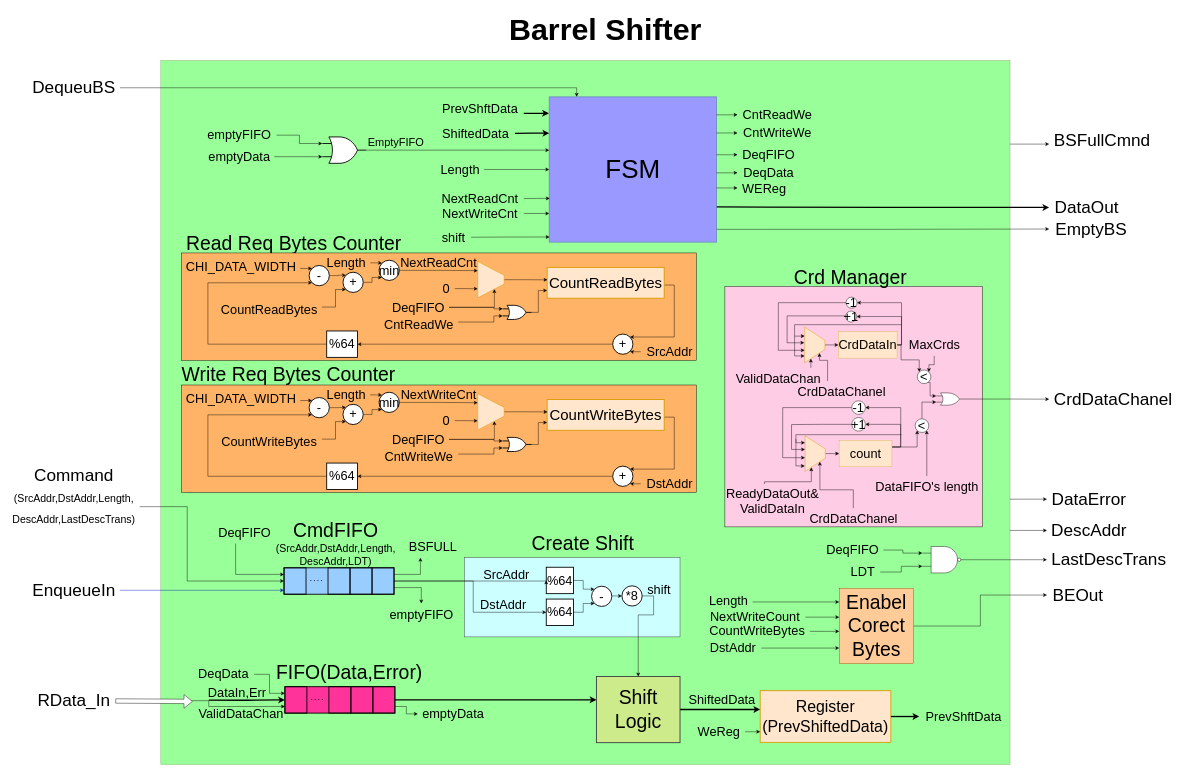
akourkoulos/Chi-DMA keeps this draw.io diagram as page "BarrelShifter" (1 of 9) of chi-Doc-Draw/DMA/Drawings/barrelShifter.drawio. Above is the earlier version. Source tidied: cells renumbered, new cells numbered last; positions are measured from the earlier drawing's top-left corner, leaving out a move shared by most shapes. Both pictures are drawn from the tidied source at 44%, with x=0, y=0 at pixel (7, 7).
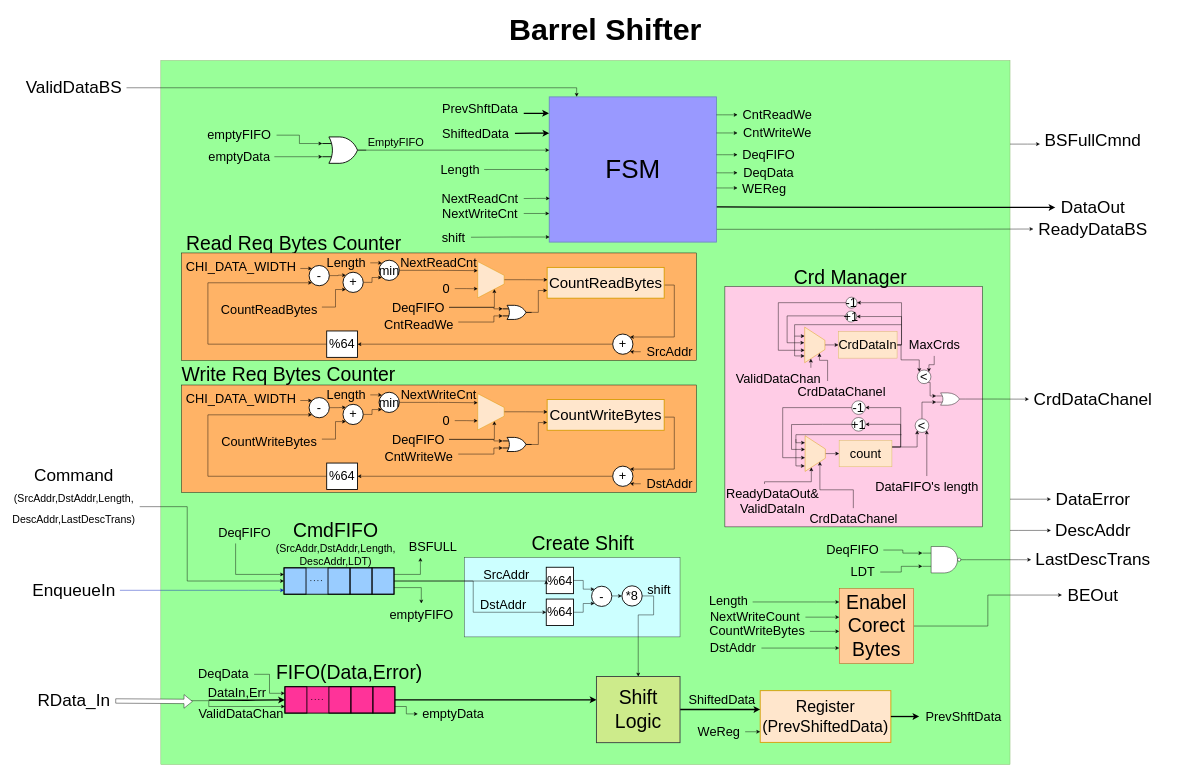
The same diagram, later.

Change to the diagram source:
```diff
@@
     <mxCell id="40" value="DataOut" style="text;html=1;align=center;verticalAlign=middle;points=[];strokeColor=none;fillColor=none;fontSize=39;fontColor=#000000;" parent="1" vertex="1">
-      <mxGeometry x="2367" y="424" width="170" height="60" as="geometry" />
+      <mxGeometry x="2381" y="424" width="170" height="60" as="geometry" />
     </mxCell>
@@
     <mxCell id="87" value="&lt;font style=&quot;font-size: 39px;&quot;&gt;CrdDataChanel&lt;/font&gt;" style="text;html=1;align=center;verticalAlign=middle;points=[];strokeColor=none;fillColor=none;fontSize=39;" parent="1" vertex="1">
-      <mxGeometry x="2367" y="859.7" width="290" height="60" as="geometry" />
+      <mxGeometry x="2321" y="859.7" width="290" height="60" as="geometry" />
     </mxCell>
@@
-    <mxCell id="101" value="&lt;font style=&quot;font-size: 39px;&quot;&gt;DequeuBS&lt;/font&gt;" style="text;html=1;align=center;verticalAlign=middle;points=[];strokeColor=none;fillColor=none;fontSize=39;" parent="1" vertex="1">
-      <mxGeometry x="45" y="152" width="210" height="60" as="geometry" />
+    <mxCell id="101" value="&lt;font style=&quot;font-size: 39px;&quot;&gt;ValidDataBS&lt;/font&gt;" style="text;html=1;align=center;verticalAlign=middle;points=[];strokeColor=none;fillColor=none;fontSize=39;" parent="1" vertex="1">
+      <mxGeometry x="30" y="152" width="240" height="60" as="geometry" />
     </mxCell>
@@
-    <mxCell id="108" value="EmptyBS" style="text;html=1;align=center;verticalAlign=middle;points=[];strokeColor=none;fillColor=none;fontSize=39;fontColor=#000000;" parent="1" vertex="1">
-      <mxGeometry x="2367" y="473" width="190" height="60" as="geometry" />
+    <mxCell id="108" value="ReadyDataBS" style="text;html=1;align=center;verticalAlign=middle;points=[];strokeColor=none;fillColor=none;fontSize=39;fontColor=#000000;" parent="1" vertex="1">
+      <mxGeometry x="2331" y="473" width="270" height="60" as="geometry" />
     </mxCell>
@@
     <mxCell id="111" value="BSFullCmnd" style="text;html=1;align=center;verticalAlign=middle;points=[];strokeColor=none;fillColor=none;fontSize=39;fontColor=#000000;" parent="1" vertex="1">
-      <mxGeometry x="2367" y="271" width="240" height="60" as="geometry" />
+      <mxGeometry x="2346" y="271" width="240" height="60" as="geometry" />
     </mxCell>
@@
     <mxCell id="172" value="&lt;font style=&quot;font-size: 39px;&quot;&gt;BEOut&lt;/font&gt;" style="text;html=1;align=center;verticalAlign=middle;points=[];strokeColor=none;fillColor=none;fontSize=12;" parent="1" vertex="1">
-      <mxGeometry x="2362" y="1304.9" width="140" height="60" as="geometry" />
+      <mxGeometry x="2396" y="1304.9" width="140" height="60" as="geometry" />
     </mxCell>
@@
     <mxCell id="189" value="&lt;font style=&quot;font-size: 39px;&quot;&gt;DescAddr&lt;/font&gt;" style="text;html=1;align=center;verticalAlign=middle;points=[];strokeColor=none;fillColor=none;fontSize=39;" parent="1" vertex="1">
-      <mxGeometry x="2362" y="1157.9" width="190" height="60" as="geometry" />
+      <mxGeometry x="2371" y="1157.9" width="190" height="60" as="geometry" />
     </mxCell>
     <mxCell id="190" value="&lt;font style=&quot;font-size: 39px;&quot;&gt;LastDescTrans&lt;/font&gt;" style="text;html=1;align=center;verticalAlign=middle;points=[];strokeColor=none;fillColor=none;fontSize=39;" parent="1" vertex="1">
-      <mxGeometry x="2362" y="1224.7" width="280" height="60" as="geometry" />
+      <mxGeometry x="2326" y="1224.7" width="280" height="60" as="geometry" />
     </mxCell>
@@
     <mxCell id="198" value="&lt;font style=&quot;font-size: 39px;&quot;&gt;DataError&lt;/font&gt;" style="text;html=1;align=center;verticalAlign=middle;points=[];strokeColor=none;fillColor=none;fontSize=39;" parent="1" vertex="1">
-      <mxGeometry x="2362" y="1086.7" width="190" height="60" as="geometry" />
+      <mxGeometry x="2371" y="1086.7" width="190" height="60" as="geometry" />
     </mxCell>
```
